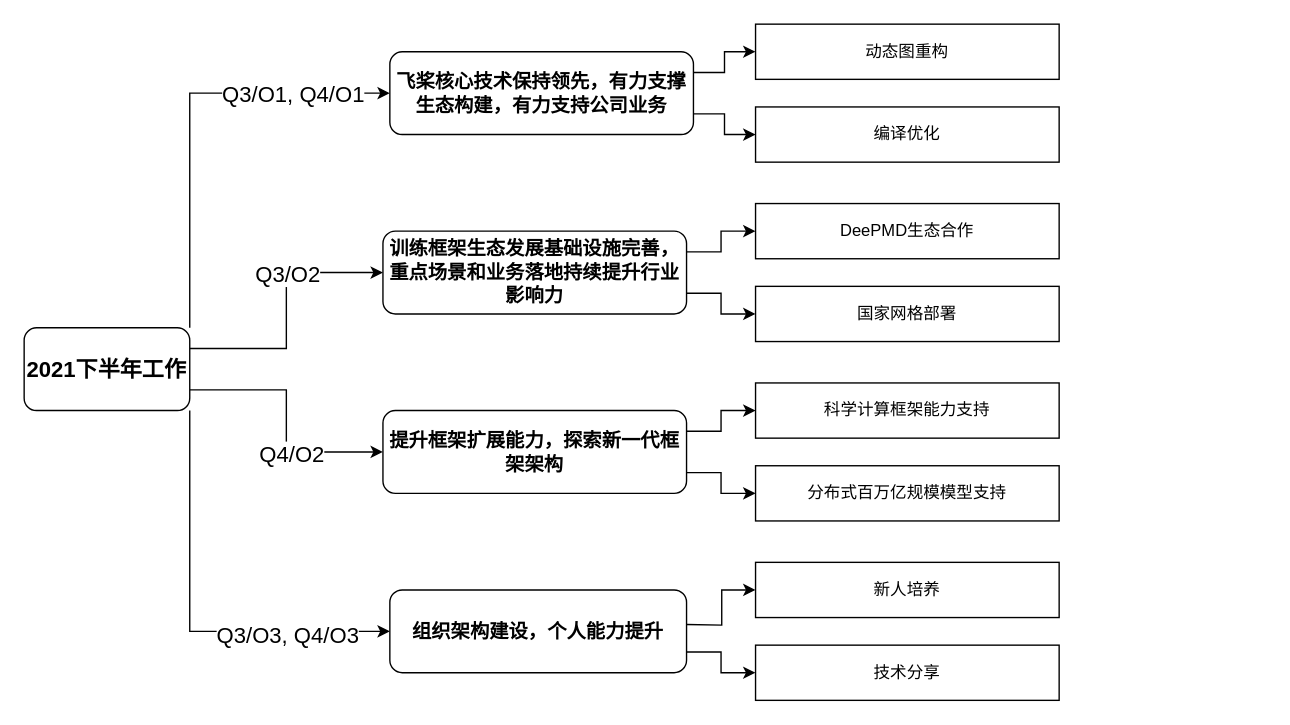
The draw.io diagram 2021_work_flow.drawio in JiabinYang/Doc, before the edit. Source tidied: cells renumbered, new cells numbered last; positions are measured from the earlier drawing's top-left corner, leaving out a move shared by most shapes. Both pictures are drawn from the tidied source at 138%, with x=0, y=0 at pixel (23, 23).
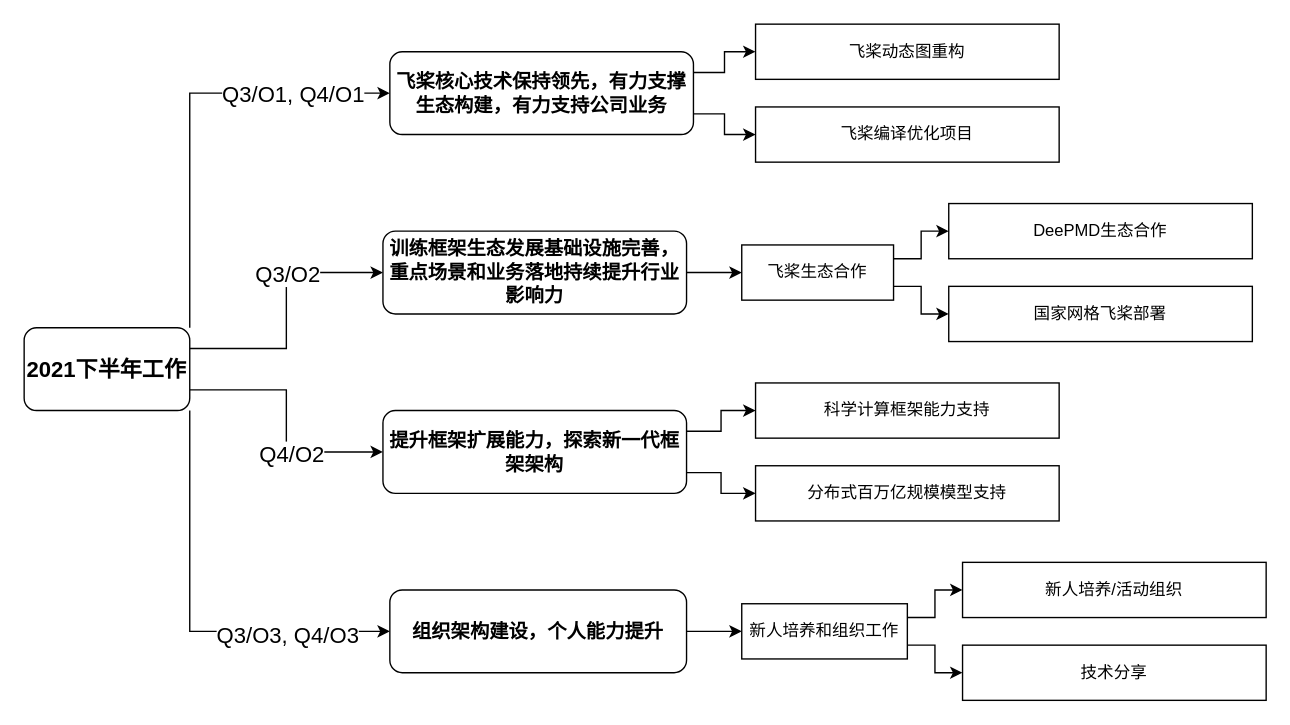
The same page after the edit.

The change refers to these unchanged cells:
```xml
<mxCell id="16" value="&lt;span style=&quot;font-size: 14px ; font-weight: 700 ; background-color: rgb(255 , 255 , 255)&quot;&gt;训练框架生态发展基础设施完善，重点场景和业务落地持续提升行业影响力&lt;/span&gt;" style="rounded=1;whiteSpace=wrap;html=1;" parent="1" vertex="1">
  <mxGeometry x="260" y="150" width="220" height="60" as="geometry" />
</mxCell>
<mxCell id="22" value="&lt;span style=&quot;font-size: 14px ; font-weight: 700 ; background-color: rgb(255 , 255 , 255)&quot;&gt;组织架构建设，个人能力提升&lt;/span&gt;" style="rounded=1;whiteSpace=wrap;html=1;" parent="1" vertex="1">
  <mxGeometry x="265" y="410" width="215" height="60" as="geometry" />
</mxCell>
```

What changed in the source:
```diff
@@
-    <mxCell id="14" style="edgeStyle=orthogonalEdgeStyle;rounded=0;jettySize=auto;html=1;exitX=1;exitY=0.25;exitDx=0;exitDy=0;entryX=0;entryY=0.5;entryDx=0;entryDy=0;fontColor=#000000;" parent="1" edge="1" source="16" target="23">
+    <mxCell id="14" style="edgeStyle=orthogonalEdgeStyle;rounded=0;jettySize=auto;html=1;exitX=1;exitY=0.5;exitDx=0;exitDy=0;entryX=0;entryY=0.5;entryDx=0;entryDy=0;fontColor=#000000;" parent="1" edge="1" source="16" target="34">
       <mxGeometry relative="1" as="geometry" />
     </mxCell>
-    <mxCell id="15" style="edgeStyle=orthogonalEdgeStyle;rounded=0;jettySize=auto;html=1;exitX=1;exitY=0.75;exitDx=0;exitDy=0;entryX=0;entryY=0.5;entryDx=0;entryDy=0;fontColor=#000000;" parent="1" edge="1" source="16" target="24">
-      <mxGeometry relative="1" as="geometry" />
-    </mxCell>
@@
-    <mxCell id="20" style="edgeStyle=orthogonalEdgeStyle;rounded=0;jettySize=auto;html=1;entryX=0;entryY=0.5;entryDx=0;entryDy=0;fontColor=#000000;" parent="1" edge="1" target="29">
-      <mxGeometry relative="1" as="geometry">
-        <mxPoint x="480" y="435" as="sourcePoint" />
-      </mxGeometry>
+    <mxCell id="20" style="edgeStyle=orthogonalEdgeStyle;rounded=0;jettySize=auto;html=1;entryX=0;entryY=0.5;entryDx=0;entryDy=0;fontColor=#000000;exitX=1;exitY=0.25;exitDx=0;exitDy=0;" parent="1" edge="1" source="36" target="29">
+      <mxGeometry relative="1" as="geometry" />
     </mxCell>
-    <mxCell id="21" style="edgeStyle=orthogonalEdgeStyle;rounded=0;jettySize=auto;html=1;exitX=1;exitY=0.75;exitDx=0;exitDy=0;entryX=0;entryY=0.5;entryDx=0;entryDy=0;fontColor=#000000;" parent="1" edge="1" source="22" target="30">
+    <mxCell id="21" style="edgeStyle=orthogonalEdgeStyle;rounded=0;jettySize=auto;html=1;exitX=1;exitY=0.75;exitDx=0;exitDy=0;entryX=0;entryY=0.5;entryDx=0;entryDy=0;fontColor=#000000;" parent="1" edge="1" source="36" target="30">
       <mxGeometry relative="1" as="geometry" />
     </mxCell>
+    <mxCell id="31" style="edgeStyle=orthogonalEdgeStyle;rounded=0;jettySize=auto;html=1;exitX=1;exitY=0.5;exitDx=0;exitDy=0;entryX=0;entryY=0.5;entryDx=0;entryDy=0;fontSize=16;fontColor=#000000;" parent="1" edge="1" source="22" target="36">
+      <mxGeometry relative="1" as="geometry" />
+    </mxCell>
@@
-    <mxCell id="23" value="DeePMD生态合作" style="rounded=0;whiteSpace=wrap;html=1;fontColor=#000000;" parent="1" vertex="1">
-      <mxGeometry x="530" y="130" width="220" height="40" as="geometry" />
-    </mxCell>
-    <mxCell id="24" value="国家网格部署" style="rounded=0;whiteSpace=wrap;html=1;fontColor=#000000;" parent="1" vertex="1">
-      <mxGeometry x="530" y="190" width="220" height="40" as="geometry" />
-    </mxCell>
-    <mxCell id="25" value="编译优化" style="rounded=0;whiteSpace=wrap;html=1;fontColor=#000000;" parent="1" vertex="1">
+    <mxCell id="25" value="飞桨编译优化项目" style="rounded=0;whiteSpace=wrap;html=1;fontColor=#000000;" parent="1" vertex="1">
       <mxGeometry x="530" y="60" width="220" height="40" as="geometry" />
     </mxCell>
-    <mxCell id="26" value="动态图重构" style="rounded=0;whiteSpace=wrap;html=1;fontColor=#000000;" parent="1" vertex="1">
+    <mxCell id="26" value="飞桨动态图重构" style="rounded=0;whiteSpace=wrap;html=1;fontColor=#000000;" parent="1" vertex="1">
       <mxGeometry x="530" width="220" height="40" as="geometry" />
     </mxCell>
@@
-    <mxCell id="29" value="新人培养" style="rounded=0;whiteSpace=wrap;html=1;fontColor=#000000;" parent="1" vertex="1">
-      <mxGeometry x="530" y="390" width="220" height="40" as="geometry" />
+    <mxCell id="29" value="新人培养/活动组织" style="rounded=0;whiteSpace=wrap;html=1;fontColor=#000000;" parent="1" vertex="1">
+      <mxGeometry x="680" y="390" width="220" height="40" as="geometry" />
     </mxCell>
     <mxCell id="30" value="技术分享" style="rounded=0;whiteSpace=wrap;html=1;fontColor=#000000;" parent="1" vertex="1">
-      <mxGeometry x="530" y="450" width="220" height="40" as="geometry" />
+      <mxGeometry x="680" y="450" width="220" height="40" as="geometry" />
     </mxCell>
+    <mxCell id="23" value="DeePMD生态合作" style="rounded=0;whiteSpace=wrap;html=1;fontColor=#000000;" parent="1" vertex="1">
+      <mxGeometry x="670" y="130" width="220" height="40" as="geometry" />
+    </mxCell>
+    <mxCell id="32" style="edgeStyle=orthogonalEdgeStyle;rounded=0;jettySize=auto;html=1;exitX=1;exitY=0.25;exitDx=0;exitDy=0;entryX=0;entryY=0.5;entryDx=0;entryDy=0;fontSize=16;fontColor=#000000;" parent="1" edge="1" source="34" target="23">
+      <mxGeometry relative="1" as="geometry" />
+    </mxCell>
+    <mxCell id="33" style="edgeStyle=orthogonalEdgeStyle;rounded=0;jettySize=auto;html=1;exitX=1;exitY=0.75;exitDx=0;exitDy=0;entryX=0;entryY=0.5;entryDx=0;entryDy=0;fontSize=16;fontColor=#000000;" parent="1" edge="1" source="34" target="35">
+      <mxGeometry relative="1" as="geometry" />
+    </mxCell>
+    <mxCell id="34" value="飞桨生态合作" style="rounded=0;whiteSpace=wrap;html=1;fontColor=#000000;" parent="1" vertex="1">
+      <mxGeometry x="520" y="160" width="110" height="40" as="geometry" />
+    </mxCell>
+    <mxCell id="35" value="国家网格飞桨部署" style="rounded=0;whiteSpace=wrap;html=1;fontColor=#000000;" parent="1" vertex="1">
+      <mxGeometry x="670" y="190" width="220" height="40" as="geometry" />
+    </mxCell>
+    <mxCell id="36" value="新人培养和组织工作" style="rounded=0;whiteSpace=wrap;html=1;fontColor=#000000;" parent="1" vertex="1">
+      <mxGeometry x="520" y="420" width="120" height="40" as="geometry" />
+    </mxCell>
```
